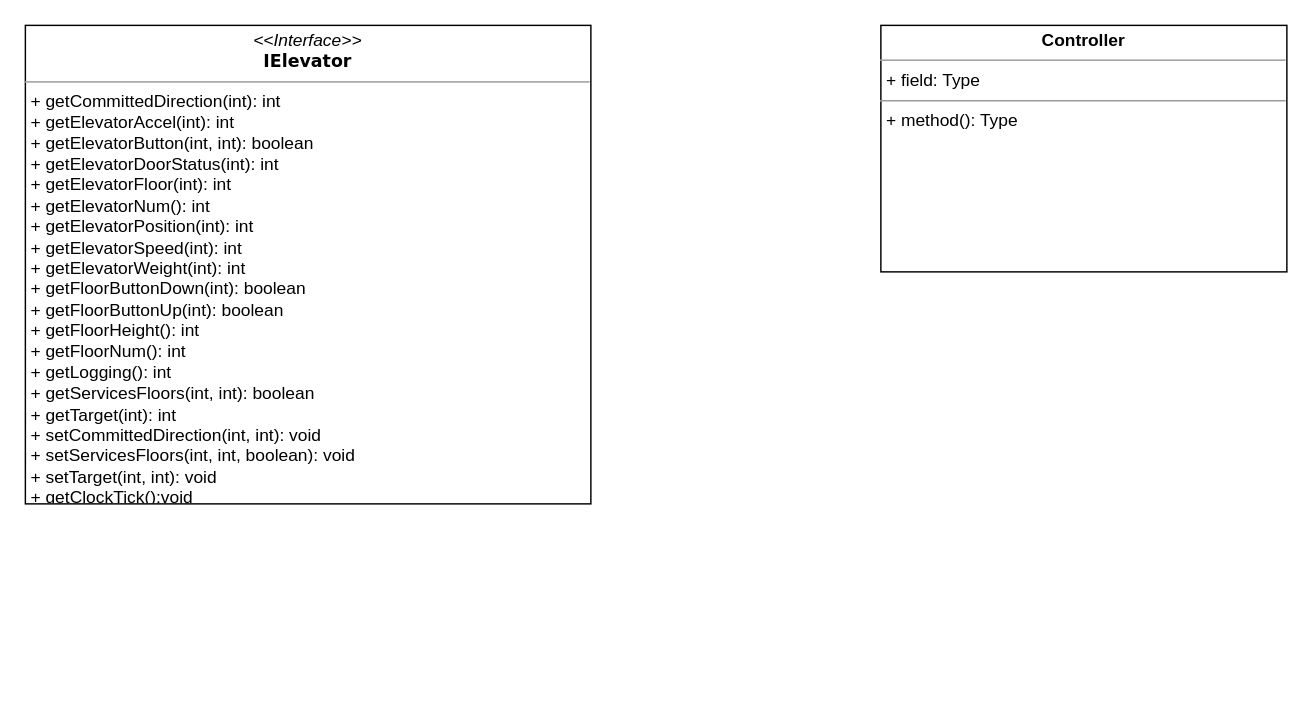
The draw.io diagram ClassDiag/classDiagramSQE.drawio in MartinSchram/project-sqelevator-schwarz, before the edit. Source tidied: cells renumbered, new cells numbered last; positions are measured from the earlier drawing's top-left corner, leaving out a move shared by most shapes. Both pictures are drawn from the tidied source at 145%, with x=0, y=0 at pixel (25, 25).
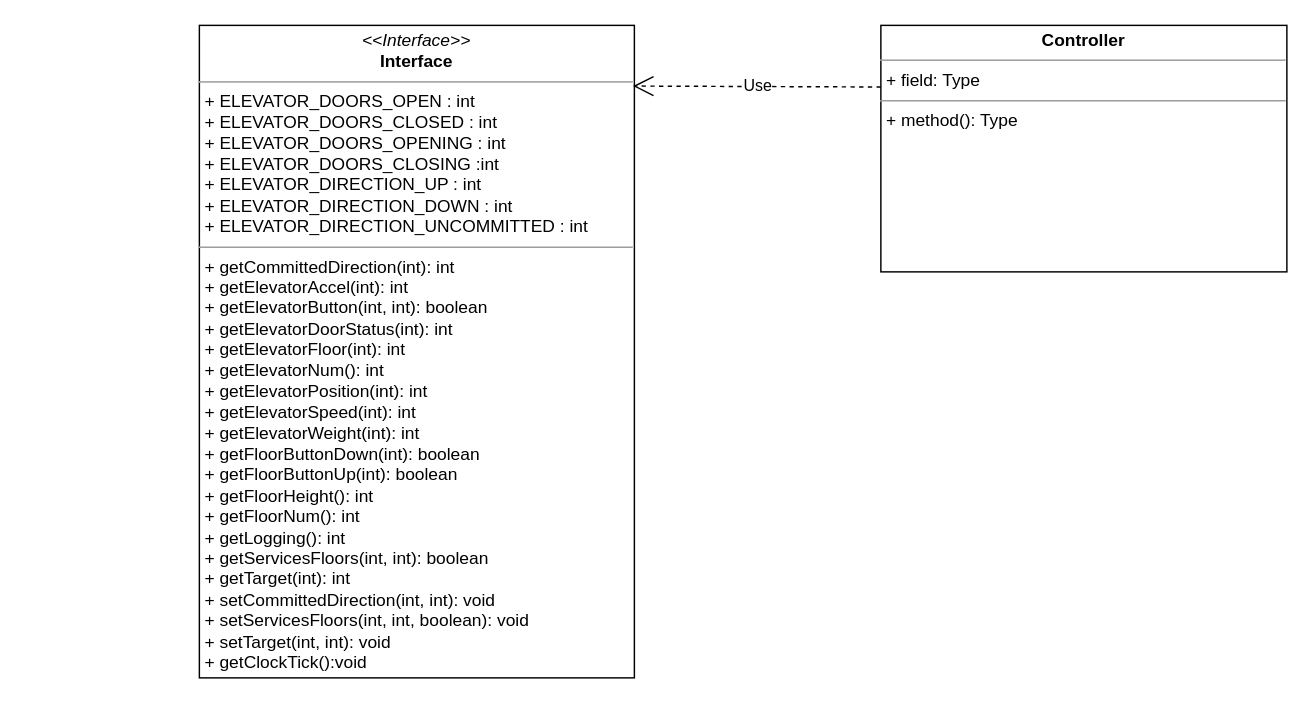
Above is the later version.

Diff of the diagram source:
```diff
@@
 <mxGraphModel background="#ffffff">
   <root>
     <mxCell id="0" />
     <mxCell id="1" parent="0" />
-    <mxCell id="2" value="&lt;p style=&quot;margin: 0px ; margin-top: 4px ; text-align: center&quot;&gt;&lt;i&gt;&amp;lt;&amp;lt;Interface&amp;gt;&amp;gt;&lt;/i&gt;&lt;br&gt;&lt;span style=&quot;font-family: &amp;#34;verdana&amp;#34; ; font-weight: 700&quot;&gt;IElevator&lt;/span&gt;&lt;br&gt;&lt;/p&gt;&lt;hr size=&quot;1&quot;&gt;&lt;p style=&quot;margin: 0px ; margin-left: 4px&quot;&gt;&lt;/p&gt;&lt;p style=&quot;margin: 0px ; margin-left: 4px&quot;&gt;&lt;span style=&quot;white-space: normal&quot;&gt;+ getCommittedDirection(int): int&lt;/span&gt;&lt;br&gt;&lt;/p&gt;&lt;p style=&quot;margin: 0px ; margin-left: 4px&quot;&gt;&lt;span style=&quot;white-space: normal&quot;&gt;+ getElevatorAccel(int): int&lt;/span&gt;&lt;span style=&quot;white-space: normal&quot;&gt;&lt;br&gt;&lt;/span&gt;&lt;/p&gt;&lt;p style=&quot;margin: 0px ; margin-left: 4px&quot;&gt;&lt;span style=&quot;white-space: normal&quot;&gt;+ getElevatorButton(int, int): boolean&lt;/span&gt;&lt;br&gt;&lt;/p&gt;&lt;p style=&quot;margin: 0px ; margin-left: 4px&quot;&gt;&lt;span style=&quot;white-space: normal&quot;&gt;+ getElevatorDoorStatus(int): int&lt;/span&gt;&lt;span style=&quot;white-space: normal&quot;&gt;&lt;br&gt;&lt;/span&gt;&lt;/p&gt;&lt;p style=&quot;margin: 0px ; margin-left: 4px&quot;&gt;&lt;span style=&quot;white-space: normal&quot;&gt;+ getElevatorFloor(int): int&lt;/span&gt;&lt;span style=&quot;white-space: normal&quot;&gt;&lt;br&gt;&lt;/span&gt;&lt;/p&gt;&lt;p style=&quot;margin: 0px ; margin-left: 4px&quot;&gt;&lt;span style=&quot;white-space: normal&quot;&gt;+ getElevatorNum(): int&lt;/span&gt;&lt;span style=&quot;white-space: normal&quot;&gt;&lt;br&gt;&lt;/span&gt;&lt;/p&gt;&lt;p style=&quot;margin: 0px ; margin-left: 4px&quot;&gt;&lt;span style=&quot;white-space: normal&quot;&gt;+ getElevatorPosition(int): int&lt;/span&gt;&lt;span style=&quot;white-space: normal&quot;&gt;&lt;br&gt;&lt;/span&gt;&lt;/p&gt;&lt;p style=&quot;margin: 0px ; margin-left: 4px&quot;&gt;&lt;span style=&quot;white-space: normal&quot;&gt;+ getElevatorSpeed(int): int&lt;/span&gt;&lt;span style=&quot;white-space: normal&quot;&gt;&lt;br&gt;&lt;/span&gt;&lt;/p&gt;&lt;p style=&quot;margin: 0px ; margin-left: 4px&quot;&gt;&lt;span style=&quot;white-space: normal&quot;&gt;+ getElevatorWeight(int): int&lt;/span&gt;&lt;span style=&quot;white-space: normal&quot;&gt;&lt;br&gt;&lt;/span&gt;&lt;/p&gt;&lt;p style=&quot;margin: 0px ; margin-left: 4px&quot;&gt;&lt;span style=&quot;white-space: normal&quot;&gt;+ getFloorButtonDown(int): boolean&lt;/span&gt;&lt;span style=&quot;white-space: normal&quot;&gt;&lt;br&gt;&lt;/span&gt;&lt;/p&gt;&lt;p style=&quot;margin: 0px ; margin-left: 4px&quot;&gt;&lt;span style=&quot;white-space: normal&quot;&gt;+ getFloorButtonUp(int): boolean&lt;/span&gt;&lt;span style=&quot;white-space: normal&quot;&gt;&lt;br&gt;&lt;/span&gt;&lt;/p&gt;&lt;p style=&quot;margin: 0px ; margin-left: 4px&quot;&gt;&lt;span style=&quot;white-space: normal&quot;&gt;+ getFloorHeight(): int&lt;/span&gt;&lt;span style=&quot;white-space: normal&quot;&gt;&lt;br&gt;&lt;/span&gt;&lt;/p&gt;&lt;p style=&quot;margin: 0px ; margin-left: 4px&quot;&gt;&lt;span style=&quot;white-space: normal&quot;&gt;+ getFloorNum(): int&lt;/span&gt;&lt;span style=&quot;white-space: normal&quot;&gt;&lt;br&gt;&lt;/span&gt;&lt;/p&gt;&lt;p style=&quot;margin: 0px ; margin-left: 4px&quot;&gt;&lt;span style=&quot;white-space: normal&quot;&gt;+ getLogging(): int&lt;/span&gt;&lt;span style=&quot;white-space: normal&quot;&gt;&lt;br&gt;&lt;/span&gt;&lt;/p&gt;&lt;p style=&quot;margin: 0px ; margin-left: 4px&quot;&gt;&lt;span style=&quot;white-space: normal&quot;&gt;+ getServicesFloors(int, int): boolean&lt;/span&gt;&lt;span style=&quot;white-space: normal&quot;&gt;&lt;br&gt;&lt;/span&gt;&lt;/p&gt;&lt;p style=&quot;margin: 0px ; margin-left: 4px&quot;&gt;&lt;span style=&quot;white-space: normal&quot;&gt;+ getTarget(int): int&lt;/span&gt;&lt;span style=&quot;white-space: normal&quot;&gt;&lt;br&gt;&lt;/span&gt;&lt;/p&gt;&lt;p style=&quot;margin: 0px ; margin-left: 4px&quot;&gt;&lt;span style=&quot;white-space: normal&quot;&gt;+ setCommittedDirection(int, int): void&lt;/span&gt;&lt;span style=&quot;white-space: normal&quot;&gt;&lt;br&gt;&lt;/span&gt;&lt;/p&gt;&lt;p style=&quot;margin: 0px ; margin-left: 4px&quot;&gt;&lt;span style=&quot;white-space: normal&quot;&gt;+ setServicesFloors(int, int, boolean): void&lt;/span&gt;&lt;span style=&quot;white-space: normal&quot;&gt;&lt;br&gt;&lt;/span&gt;&lt;/p&gt;&lt;p style=&quot;margin: 0px ; margin-left: 4px&quot;&gt;&lt;span style=&quot;white-space: normal&quot;&gt;+ setTarget(int, int): void&lt;/span&gt;&lt;br&gt;&lt;/p&gt;&lt;p style=&quot;margin: 0px ; margin-left: 4px&quot;&gt;+&amp;nbsp;getClockTick():void&lt;/p&gt;&lt;p style=&quot;margin: 0px ; margin-left: 4px&quot;&gt;&lt;br&gt;&lt;/p&gt;" style="verticalAlign=top;align=left;overflow=fill;fontSize=12;fontFamily=Helvetica;html=1;" parent="1" vertex="1">
-      <mxGeometry width="390" height="330" as="geometry" />
-    </mxCell>
     <mxCell id="3" value="&lt;p style=&quot;margin: 0px ; margin-top: 4px ; text-align: center&quot;&gt;&lt;b&gt;Controller&lt;/b&gt;&lt;/p&gt;&lt;hr size=&quot;1&quot;&gt;&lt;p style=&quot;margin: 0px ; margin-left: 4px&quot;&gt;+ field: Type&lt;/p&gt;&lt;hr size=&quot;1&quot;&gt;&lt;p style=&quot;margin: 0px ; margin-left: 4px&quot;&gt;+ method(): Type&lt;/p&gt;" style="verticalAlign=top;align=left;overflow=fill;fontSize=12;fontFamily=Helvetica;html=1;" parent="1" vertex="1">
       <mxGeometry x="590" width="280" height="170" as="geometry" />
     </mxCell>
+    <mxCell id="4" value="&lt;p style=&quot;margin: 0px ; margin-top: 4px ; text-align: center&quot;&gt;&lt;i&gt;&amp;lt;&amp;lt;Interface&amp;gt;&amp;gt;&lt;/i&gt;&lt;br&gt;&lt;b&gt;Interface&lt;/b&gt;&lt;/p&gt;&lt;hr size=&quot;1&quot;&gt;&lt;p style=&quot;margin: 0px ; margin-left: 4px&quot;&gt;+ ELEVATOR_DOORS_OPEN : int&lt;span style=&quot;white-space: pre&quot;&gt;&#9;&lt;/span&gt;&lt;/p&gt;&lt;p style=&quot;margin: 0px ; margin-left: 4px&quot;&gt;&lt;span&gt;+ ELEVATOR_DOORS_CLOSED : int&lt;/span&gt;&lt;br&gt;&lt;/p&gt;&lt;p style=&quot;margin: 0px ; margin-left: 4px&quot;&gt;&lt;span&gt;+ ELEVATOR_DOORS_OPENING : int&lt;/span&gt;&lt;/p&gt;&lt;p style=&quot;margin: 0px ; margin-left: 4px&quot;&gt;&lt;span&gt;+ ELEVATOR_DOORS_CLOSING :int&lt;/span&gt;&lt;/p&gt;&lt;p style=&quot;margin: 0px ; margin-left: 4px&quot;&gt;&lt;span&gt;+ ELEVATOR_DIRECTION_UP : int&lt;/span&gt;&lt;span style=&quot;white-space: pre&quot;&gt;&#9;&#9;&#9;&#9;&lt;/span&gt;&lt;br&gt;&lt;/p&gt;&lt;p style=&quot;margin: 0px ; margin-left: 4px&quot;&gt;&lt;span&gt;+ ELEVATOR_DIRECTION_DOWN : int&lt;/span&gt;&lt;span style=&quot;white-space: pre&quot;&gt;&#9;&#9;&#9;&lt;/span&gt;&lt;/p&gt;&lt;p style=&quot;margin: 0px ; margin-left: 4px&quot;&gt;&lt;span&gt;+ ELEVATOR_DIRECTION_UNCOMMITTED : int&lt;/span&gt;&lt;span style=&quot;white-space: pre&quot;&gt;&#9;&#9;&lt;/span&gt;&lt;/p&gt;&lt;hr size=&quot;1&quot;&gt;&lt;p style=&quot;margin: 0px 0px 0px 4px&quot;&gt;&lt;span style=&quot;white-space: normal&quot;&gt;+ getCommittedDirection(int): int&lt;/span&gt;&lt;br&gt;&lt;/p&gt;&lt;p style=&quot;margin: 0px 0px 0px 4px&quot;&gt;&lt;span style=&quot;white-space: normal&quot;&gt;+ getElevatorAccel(int): int&lt;/span&gt;&lt;span style=&quot;white-space: normal&quot;&gt;&lt;br&gt;&lt;/span&gt;&lt;/p&gt;&lt;p style=&quot;margin: 0px 0px 0px 4px&quot;&gt;&lt;span style=&quot;white-space: normal&quot;&gt;+ getElevatorButton(int, int): boolean&lt;/span&gt;&lt;br&gt;&lt;/p&gt;&lt;p style=&quot;margin: 0px 0px 0px 4px&quot;&gt;&lt;span style=&quot;white-space: normal&quot;&gt;+ getElevatorDoorStatus(int): int&lt;/span&gt;&lt;span style=&quot;white-space: normal&quot;&gt;&lt;br&gt;&lt;/span&gt;&lt;/p&gt;&lt;p style=&quot;margin: 0px 0px 0px 4px&quot;&gt;&lt;span style=&quot;white-space: normal&quot;&gt;+ getElevatorFloor(int): int&lt;/span&gt;&lt;span style=&quot;white-space: normal&quot;&gt;&lt;br&gt;&lt;/span&gt;&lt;/p&gt;&lt;p style=&quot;margin: 0px 0px 0px 4px&quot;&gt;&lt;span style=&quot;white-space: normal&quot;&gt;+ getElevatorNum(): int&lt;/span&gt;&lt;span style=&quot;white-space: normal&quot;&gt;&lt;br&gt;&lt;/span&gt;&lt;/p&gt;&lt;p style=&quot;margin: 0px 0px 0px 4px&quot;&gt;&lt;span style=&quot;white-space: normal&quot;&gt;+ getElevatorPosition(int): int&lt;/span&gt;&lt;span style=&quot;white-space: normal&quot;&gt;&lt;br&gt;&lt;/span&gt;&lt;/p&gt;&lt;p style=&quot;margin: 0px 0px 0px 4px&quot;&gt;&lt;span style=&quot;white-space: normal&quot;&gt;+ getElevatorSpeed(int): int&lt;/span&gt;&lt;span style=&quot;white-space: normal&quot;&gt;&lt;br&gt;&lt;/span&gt;&lt;/p&gt;&lt;p style=&quot;margin: 0px 0px 0px 4px&quot;&gt;&lt;span style=&quot;white-space: normal&quot;&gt;+ getElevatorWeight(int): int&lt;/span&gt;&lt;span style=&quot;white-space: normal&quot;&gt;&lt;br&gt;&lt;/span&gt;&lt;/p&gt;&lt;p style=&quot;margin: 0px 0px 0px 4px&quot;&gt;&lt;span style=&quot;white-space: normal&quot;&gt;+ getFloorButtonDown(int): boolean&lt;/span&gt;&lt;span style=&quot;white-space: normal&quot;&gt;&lt;br&gt;&lt;/span&gt;&lt;/p&gt;&lt;p style=&quot;margin: 0px 0px 0px 4px&quot;&gt;&lt;span style=&quot;white-space: normal&quot;&gt;+ getFloorButtonUp(int): boolean&lt;/span&gt;&lt;span style=&quot;white-space: normal&quot;&gt;&lt;br&gt;&lt;/span&gt;&lt;/p&gt;&lt;p style=&quot;margin: 0px 0px 0px 4px&quot;&gt;&lt;span style=&quot;white-space: normal&quot;&gt;+ getFloorHeight(): int&lt;/span&gt;&lt;span style=&quot;white-space: normal&quot;&gt;&lt;br&gt;&lt;/span&gt;&lt;/p&gt;&lt;p style=&quot;margin: 0px 0px 0px 4px&quot;&gt;&lt;span style=&quot;white-space: normal&quot;&gt;+ getFloorNum(): int&lt;/span&gt;&lt;span style=&quot;white-space: normal&quot;&gt;&lt;br&gt;&lt;/span&gt;&lt;/p&gt;&lt;p style=&quot;margin: 0px 0px 0px 4px&quot;&gt;&lt;span style=&quot;white-space: normal&quot;&gt;+ getLogging(): int&lt;/span&gt;&lt;span style=&quot;white-space: normal&quot;&gt;&lt;br&gt;&lt;/span&gt;&lt;/p&gt;&lt;p style=&quot;margin: 0px 0px 0px 4px&quot;&gt;&lt;span style=&quot;white-space: normal&quot;&gt;+ getServicesFloors(int, int): boolean&lt;/span&gt;&lt;span style=&quot;white-space: normal&quot;&gt;&lt;br&gt;&lt;/span&gt;&lt;/p&gt;&lt;p style=&quot;margin: 0px 0px 0px 4px&quot;&gt;&lt;span style=&quot;white-space: normal&quot;&gt;+ getTarget(int): int&lt;/span&gt;&lt;span style=&quot;white-space: normal&quot;&gt;&lt;br&gt;&lt;/span&gt;&lt;/p&gt;&lt;p style=&quot;margin: 0px 0px 0px 4px&quot;&gt;&lt;span style=&quot;white-space: normal&quot;&gt;+ setCommittedDirection(int, int): void&lt;/span&gt;&lt;span style=&quot;white-space: normal&quot;&gt;&lt;br&gt;&lt;/span&gt;&lt;/p&gt;&lt;p style=&quot;margin: 0px 0px 0px 4px&quot;&gt;&lt;span style=&quot;white-space: normal&quot;&gt;+ setServicesFloors(int, int, boolean): void&lt;/span&gt;&lt;span style=&quot;white-space: normal&quot;&gt;&lt;br&gt;&lt;/span&gt;&lt;/p&gt;&lt;p style=&quot;margin: 0px 0px 0px 4px&quot;&gt;&lt;span style=&quot;white-space: normal&quot;&gt;+ setTarget(int, int): void&lt;/span&gt;&lt;br&gt;&lt;/p&gt;&lt;p style=&quot;margin: 0px 0px 0px 4px&quot;&gt;+&amp;nbsp;getClockTick():void&lt;/p&gt;" style="verticalAlign=top;align=left;overflow=fill;fontSize=12;fontFamily=Helvetica;html=1;" parent="1" vertex="1">
+      <mxGeometry x="120" width="300" height="450" as="geometry" />
+    </mxCell>
+    <mxCell id="5" style="edgeStyle=orthogonalEdgeStyle;rounded=0;orthogonalLoop=1;jettySize=auto;html=1;exitX=0.5;exitY=1;exitDx=0;exitDy=0;" parent="1" edge="1" source="4" target="4">
+      <mxGeometry relative="1" as="geometry" />
+    </mxCell>
+    <mxCell id="6" value="Use" style="endArrow=open;endSize=12;dashed=1;html=1;entryX=0.997;entryY=0.093;entryDx=0;entryDy=0;entryPerimeter=0;exitX=0;exitY=0.25;exitDx=0;exitDy=0;" parent="1" edge="1" source="3" target="4">
+      <mxGeometry relative="1" as="geometry" />
+    </mxCell>
   </root>
 </mxGraphModel>
```
